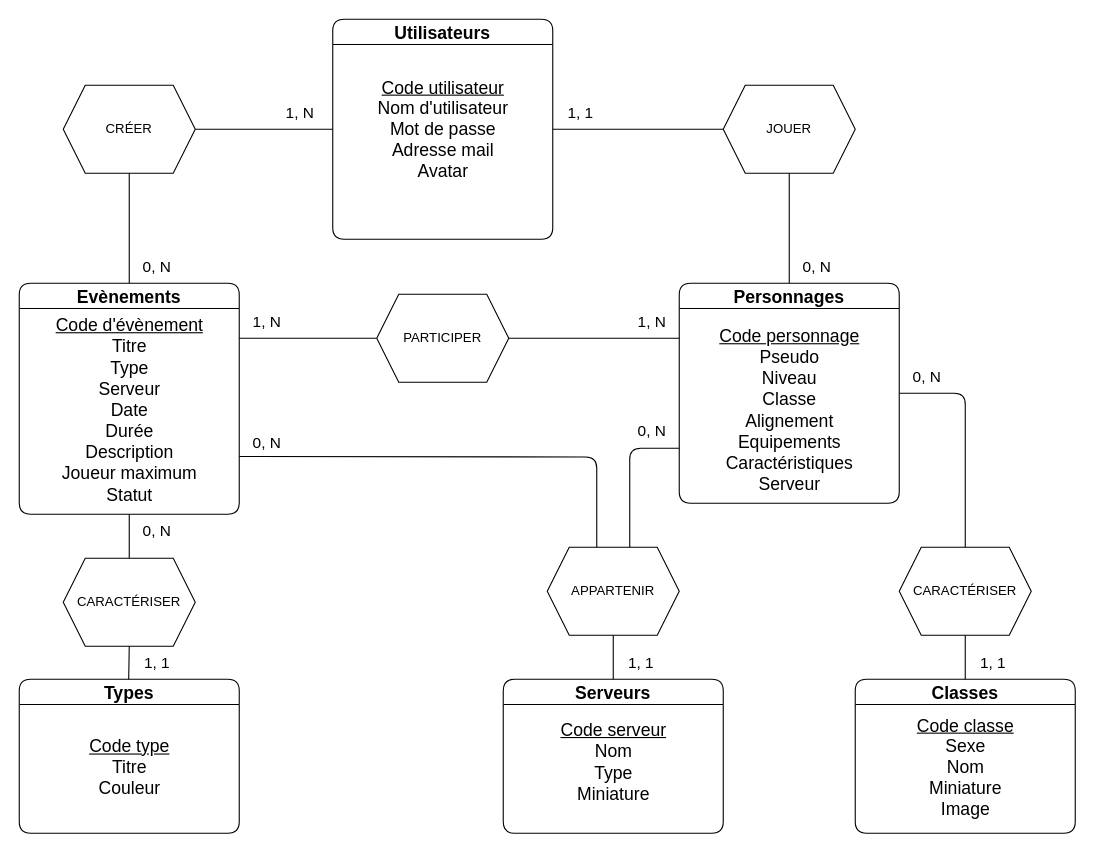
Earlier version of the draw.io diagram docs/database/MCD.drawio (AlexandreDejour/DofusGroup). Source tidied: cells renumbered, new cells numbered last; positions are measured from the earlier drawing's top-left corner, leaving out a move shared by most shapes. Both pictures are drawn from the tidied source at 110%, with x=0, y=0 at pixel (19, 19).
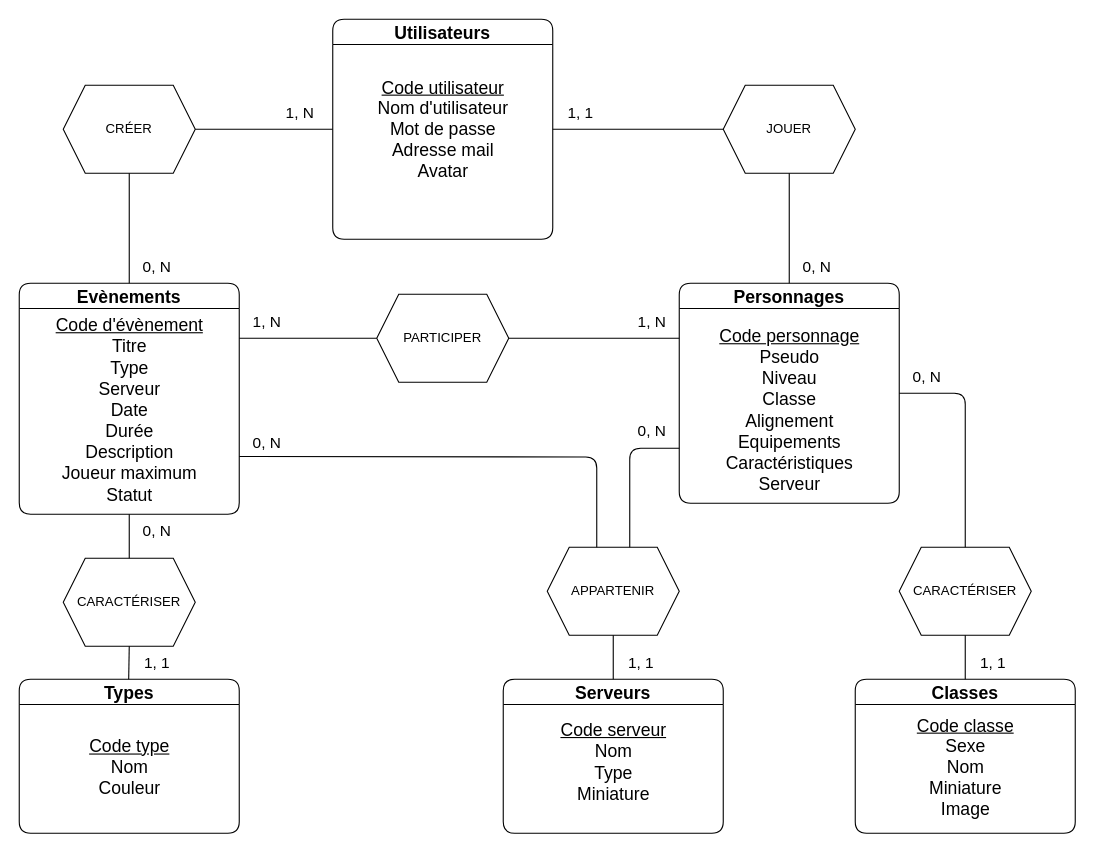
Above is the later version.

Unchanged cells that the change refers to:
```xml
<mxCell id="8" value="&lt;font style=&quot;font-size: 16px;&quot;&gt;Types&lt;/font&gt;" style="swimlane;whiteSpace=wrap;html=1;rounded=1;" parent="1" vertex="1">
  <mxGeometry y="600" width="200" height="140" as="geometry" />
</mxCell>
```

What changed in the source:
```diff
@@
-    <mxCell id="9" value="&lt;span style=&quot;font-size: 16px;&quot;&gt;&lt;u&gt;Code type&lt;/u&gt;&lt;/span&gt;&lt;div&gt;&lt;span style=&quot;font-size: 16px;&quot;&gt;Titre&lt;/span&gt;&lt;/div&gt;&lt;div&gt;&lt;span style=&quot;font-size: 16px;&quot;&gt;Couleur&lt;/span&gt;&lt;/div&gt;" style="text;html=1;align=center;verticalAlign=middle;strokeColor=none;fillColor=none;" parent="8" vertex="1">
+    <mxCell id="9" value="&lt;span style=&quot;font-size: 16px;&quot;&gt;&lt;u&gt;Code type&lt;/u&gt;&lt;/span&gt;&lt;div&gt;&lt;span style=&quot;font-size: 16px; background-color: transparent;&quot;&gt;Nom&lt;/span&gt;&lt;/div&gt;&lt;div&gt;&lt;span style=&quot;font-size: 16px; background-color: transparent;&quot;&gt;Couleur&lt;/span&gt;&lt;/div&gt;" style="text;html=1;align=center;verticalAlign=middle;strokeColor=none;fillColor=none;" parent="8" vertex="1">
       <mxGeometry x="50" y="45" width="100" height="70" as="geometry" />
     </mxCell>
```
